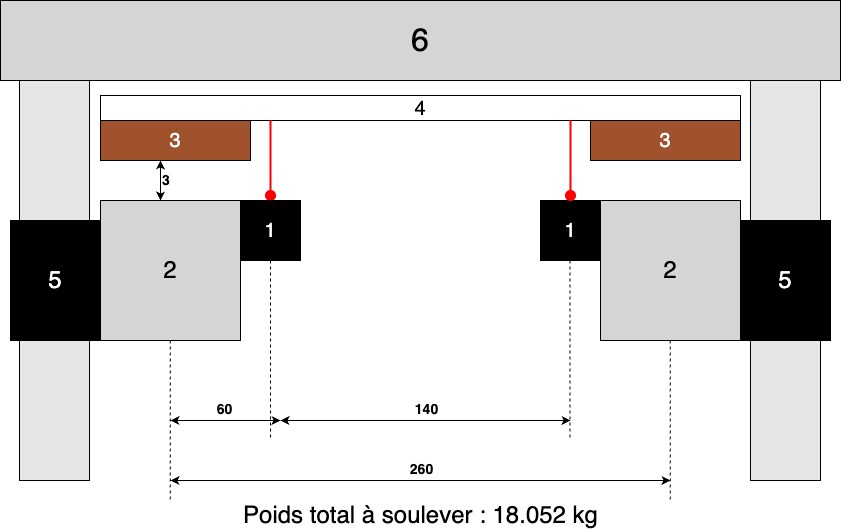
ulucinar-can/template-tb keeps this draw.io diagram as assets/Chap2/MaquetteTaille.png. Above is the earlier version. Source tidied: cells renumbered, new cells last; positions are measured from the earlier drawing's top-left corner, leaving out a move shared by most shapes. Its diagram source:
```xml
<mxGraphModel>
  <root>
    <mxCell id="0" />
    <mxCell id="1" parent="0" />
    <mxCell id="2" value="&lt;font style=&quot;font-size: 32px;&quot;&gt;6&lt;/font&gt;" style="rounded=0;whiteSpace=wrap;html=1;fillColor=#D5D5D5;strokeColor=#000000;" parent="1" vertex="1">
      <mxGeometry width="840" height="80" as="geometry" />
    </mxCell>
    <mxCell id="3" style="rounded=0;whiteSpace=wrap;html=1;fillColor=#E6E6E6;strokeColor=#000000;" parent="1" vertex="1">
      <mxGeometry x="19" y="80" width="70" height="400" as="geometry" />
    </mxCell>
    <mxCell id="4" style="rounded=0;whiteSpace=wrap;html=1;fillColor=#E6E6E6;strokeColor=#000000;" parent="1" vertex="1">
      <mxGeometry x="750" y="80" width="70" height="400" as="geometry" />
    </mxCell>
    <mxCell id="5" value="5" style="rounded=0;whiteSpace=wrap;html=1;fillColor=#000000;fontColor=#FFFFFF;fontSize=24;" parent="1" vertex="1">
      <mxGeometry x="10" y="220" width="90" height="120" as="geometry" />
    </mxCell>
    <mxCell id="6" value="&lt;font&gt;5&lt;/font&gt;" style="rounded=0;whiteSpace=wrap;html=1;fillColor=#000000;fontColor=#FFFFFF;fontSize=24;" parent="1" vertex="1">
      <mxGeometry x="740" y="220" width="90" height="120" as="geometry" />
    </mxCell>
    <mxCell id="7" value="2" style="rounded=0;whiteSpace=wrap;html=1;fillColor=#D5D5D5;strokeColor=#000000;fontSize=24;" parent="1" vertex="1">
      <mxGeometry x="100" y="200" width="140" height="140" as="geometry" />
    </mxCell>
    <mxCell id="8" value="&lt;font style=&quot;font-size: 24px;&quot;&gt;2&lt;/font&gt;" style="rounded=0;whiteSpace=wrap;html=1;fillColor=#D5D5D5;strokeColor=#000000;" parent="1" vertex="1">
      <mxGeometry x="600" y="200" width="140" height="140" as="geometry" />
    </mxCell>
    <mxCell id="9" value="4" style="rounded=0;whiteSpace=wrap;html=1;fillColor=#FFFFFF;strokeColor=#000000;fontSize=20;" parent="1" vertex="1">
      <mxGeometry x="100" y="95" width="640" height="25" as="geometry" />
    </mxCell>
    <mxCell id="10" value="3" style="rounded=0;whiteSpace=wrap;html=1;fillColor=#A0522D;fontColor=#FFFFFF;strokeColor=#000000;fontSize=20;" parent="1" vertex="1">
      <mxGeometry x="100" y="120" width="150" height="40" as="geometry" />
    </mxCell>
    <mxCell id="11" value="3" style="rounded=0;whiteSpace=wrap;html=1;fillColor=#A0522D;strokeColor=#000000;fontSize=20;fontColor=#FFFFFF;" parent="1" vertex="1">
      <mxGeometry x="590" y="120" width="150" height="40" as="geometry" />
    </mxCell>
    <mxCell id="12" value="&lt;b&gt;3&lt;/b&gt;" style="endArrow=classic;startArrow=classic;html=1;strokeColor=#000000;labelBackgroundColor=none;verticalAlign=middle;labelPosition=right;align=left;fontSize=14;" parent="1" edge="1">
      <mxGeometry relative="1" as="geometry">
        <mxPoint x="160" y="160" as="sourcePoint" />
        <mxPoint x="160" y="200" as="targetPoint" />
      </mxGeometry>
    </mxCell>
    <mxCell id="13" value="&lt;b&gt;60&lt;/b&gt;" style="endArrow=classic;startArrow=classic;html=1;strokeColor=#000000;labelBackgroundColor=none;verticalAlign=bottom;fontSize=14;" parent="1" edge="1">
      <mxGeometry relative="1" as="geometry">
        <mxPoint x="170" y="420" as="sourcePoint" />
        <mxPoint x="280" y="420" as="targetPoint" />
      </mxGeometry>
    </mxCell>
    <mxCell id="14" style="endArrow=none;dashed=1;html=1;strokeColor=#000000;" parent="1" edge="1">
      <mxGeometry relative="1" as="geometry">
        <mxPoint x="270" y="260" as="sourcePoint" />
        <mxPoint x="270" y="440" as="targetPoint" />
      </mxGeometry>
    </mxCell>
    <mxCell id="15" style="endArrow=none;dashed=1;html=1;strokeColor=#000000;" parent="1" edge="1">
      <mxGeometry relative="1" as="geometry">
        <mxPoint x="569.6" y="260" as="sourcePoint" />
        <mxPoint x="569.6" y="440" as="targetPoint" />
      </mxGeometry>
    </mxCell>
    <mxCell id="16" value="&lt;b&gt;140&lt;/b&gt;" style="endArrow=classic;startArrow=classic;html=1;strokeColor=#000000;labelBackgroundColor=none;verticalAlign=bottom;fontSize=14;" parent="1" edge="1">
      <mxGeometry relative="1" as="geometry">
        <mxPoint x="280" y="420" as="sourcePoint" />
        <mxPoint x="570" y="420" as="targetPoint" />
      </mxGeometry>
    </mxCell>
    <mxCell id="17" style="endArrow=none;dashed=1;html=1;strokeColor=#000000;" parent="1" edge="1">
      <mxGeometry relative="1" as="geometry">
        <mxPoint x="169.7" y="340" as="sourcePoint" />
        <mxPoint x="169.7" y="500" as="targetPoint" />
      </mxGeometry>
    </mxCell>
    <mxCell id="18" style="endArrow=none;dashed=1;html=1;strokeColor=#000000;" parent="1" edge="1">
      <mxGeometry relative="1" as="geometry">
        <mxPoint x="669.7" y="340" as="sourcePoint" />
        <mxPoint x="669.7" y="500" as="targetPoint" />
      </mxGeometry>
    </mxCell>
    <mxCell id="19" value="&lt;b&gt;260&lt;/b&gt;" style="endArrow=classic;startArrow=classic;html=1;strokeColor=#000000;labelBackgroundColor=none;verticalAlign=bottom;fontSize=14;" parent="1" edge="1">
      <mxGeometry relative="1" as="geometry">
        <mxPoint x="170" y="480" as="sourcePoint" />
        <mxPoint x="670" y="480" as="targetPoint" />
      </mxGeometry>
    </mxCell>
    <mxCell id="20" value="Poids total à soulever : 18.052 kg" style="text;html=1;whiteSpace=wrap;strokeColor=none;fillColor=none;align=center;verticalAlign=middle;rounded=0;fontSize=24;" parent="1" vertex="1">
      <mxGeometry x="237.5" y="500" width="365" height="30" as="geometry" />
    </mxCell>
    <mxCell id="21" style="group;" parent="1" vertex="1">
      <mxGeometry x="240" y="120" width="60" height="140" as="geometry" />
    </mxCell>
    <mxCell id="22" style="ellipse;whiteSpace=wrap;html=1;fillColor=#FF0000;strokeColor=#FF0000;" parent="21" vertex="1">
      <mxGeometry x="25" y="70" width="10" height="10" as="geometry" />
    </mxCell>
    <mxCell id="23" style="group;" parent="21" vertex="1">
      <mxGeometry width="60" height="140" as="geometry" />
    </mxCell>
    <mxCell id="24" value="1" style="rounded=0;whiteSpace=wrap;html=1;fillColor=#000000;fontColor=#FFFFFF;fontSize=20;" parent="23" vertex="1">
      <mxGeometry y="80" width="60" height="60" as="geometry" />
    </mxCell>
    <mxCell id="25" style="endArrow=none;html=1;strokeColor=#FF0000;strokeWidth=2;" parent="23" edge="1">
      <mxGeometry relative="1" as="geometry">
        <mxPoint x="30" as="sourcePoint" />
        <mxPoint x="30" y="70" as="targetPoint" />
      </mxGeometry>
    </mxCell>
    <mxCell id="26" style="group;" parent="1" vertex="1">
      <mxGeometry x="540" y="120" width="60" height="140" as="geometry" />
    </mxCell>
    <mxCell id="27" value="1" style="rounded=0;whiteSpace=wrap;html=1;fillColor=#000000;fontColor=#FFFFFF;fontSize=20;" parent="26" vertex="1">
      <mxGeometry y="80" width="60" height="60" as="geometry" />
    </mxCell>
    <mxCell id="28" style="endArrow=none;html=1;strokeColor=#FF0000;strokeWidth=2;" parent="26" edge="1">
      <mxGeometry relative="1" as="geometry">
        <mxPoint x="30" as="sourcePoint" />
        <mxPoint x="30" y="70" as="targetPoint" />
      </mxGeometry>
    </mxCell>
    <mxCell id="29" style="ellipse;whiteSpace=wrap;html=1;fillColor=#FF0000;strokeColor=#FF0000;" parent="26" vertex="1">
      <mxGeometry x="25" y="70" width="10" height="10" as="geometry" />
    </mxCell>
  </root>
</mxGraphModel>
```
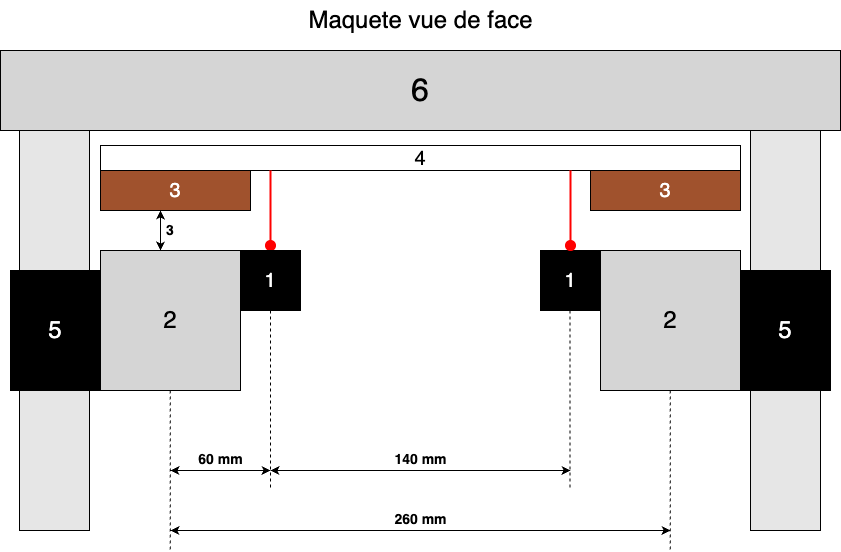
After the commit.

Commit message:
Ajout d'une photo de la mesure du poids

Diff of the diagram source:
```diff
@@ -14,7 +14,7 @@
     <mxCell id="5" value="5" style="rounded=0;whiteSpace=wrap;html=1;fillColor=#000000;fontColor=#FFFFFF;fontSize=24;" parent="1" vertex="1">
       <mxGeometry x="10" y="220" width="90" height="120" as="geometry" />
     </mxCell>
-    <mxCell id="6" value="&lt;font&gt;5&lt;/font&gt;" style="rounded=0;whiteSpace=wrap;html=1;fillColor=#000000;fontColor=#FFFFFF;fontSize=24;" parent="1" vertex="1">
+    <mxCell id="6" value="&lt;font style=&quot;color: rgb(255, 255, 255);&quot;&gt;5&lt;/font&gt;" style="rounded=0;whiteSpace=wrap;html=1;fillColor=#000000;fontColor=#FFFFFF;fontSize=24;" parent="1" vertex="1">
       <mxGeometry x="740" y="220" width="90" height="120" as="geometry" />
     </mxCell>
     <mxCell id="7" value="2" style="rounded=0;whiteSpace=wrap;html=1;fillColor=#D5D5D5;strokeColor=#000000;fontSize=24;" parent="1" vertex="1">
@@ -32,16 +32,16 @@
     <mxCell id="11" value="3" style="rounded=0;whiteSpace=wrap;html=1;fillColor=#A0522D;strokeColor=#000000;fontSize=20;fontColor=#FFFFFF;" parent="1" vertex="1">
       <mxGeometry x="590" y="120" width="150" height="40" as="geometry" />
     </mxCell>
-    <mxCell id="12" value="&lt;b&gt;3&lt;/b&gt;" style="endArrow=classic;startArrow=classic;html=1;strokeColor=#000000;labelBackgroundColor=none;verticalAlign=middle;labelPosition=right;align=left;fontSize=14;" parent="1" edge="1">
+    <mxCell id="12" value="&lt;b&gt;&lt;font style=&quot;color: rgb(0, 0, 0);&quot;&gt;&amp;nbsp;3&lt;/font&gt;&lt;/b&gt;" style="endArrow=classic;startArrow=classic;html=1;strokeColor=#000000;labelBackgroundColor=none;verticalAlign=middle;labelPosition=right;align=left;fontSize=14;" parent="1" edge="1">
       <mxGeometry relative="1" as="geometry">
         <mxPoint x="160" y="160" as="sourcePoint" />
         <mxPoint x="160" y="200" as="targetPoint" />
       </mxGeometry>
     </mxCell>
-    <mxCell id="13" value="&lt;b&gt;60&lt;/b&gt;" style="endArrow=classic;startArrow=classic;html=1;strokeColor=#000000;labelBackgroundColor=none;verticalAlign=bottom;fontSize=14;" parent="1" edge="1">
+    <mxCell id="13" value="&lt;b&gt;60 mm&lt;/b&gt;" style="endArrow=classic;startArrow=classic;html=1;strokeColor=#000000;labelBackgroundColor=none;verticalAlign=bottom;fontSize=14;" parent="1" edge="1">
       <mxGeometry relative="1" as="geometry">
         <mxPoint x="170" y="420" as="sourcePoint" />
-        <mxPoint x="280" y="420" as="targetPoint" />
+        <mxPoint x="270" y="420" as="targetPoint" />
       </mxGeometry>
     </mxCell>
     <mxCell id="14" style="endArrow=none;dashed=1;html=1;strokeColor=#000000;" parent="1" edge="1">
@@ -56,9 +56,9 @@
         <mxPoint x="569.6" y="440" as="targetPoint" />
       </mxGeometry>
     </mxCell>
-    <mxCell id="16" value="&lt;b&gt;140&lt;/b&gt;" style="endArrow=classic;startArrow=classic;html=1;strokeColor=#000000;labelBackgroundColor=none;verticalAlign=bottom;fontSize=14;" parent="1" edge="1">
+    <mxCell id="16" value="&lt;b&gt;140 mm&lt;/b&gt;" style="endArrow=classic;startArrow=classic;html=1;strokeColor=#000000;labelBackgroundColor=none;verticalAlign=bottom;fontSize=14;" parent="1" edge="1">
       <mxGeometry relative="1" as="geometry">
-        <mxPoint x="280" y="420" as="sourcePoint" />
+        <mxPoint x="270" y="420" as="sourcePoint" />
         <mxPoint x="570" y="420" as="targetPoint" />
       </mxGeometry>
     </mxCell>
@@ -74,15 +74,12 @@
         <mxPoint x="669.7" y="500" as="targetPoint" />
       </mxGeometry>
     </mxCell>
-    <mxCell id="19" value="&lt;b&gt;260&lt;/b&gt;" style="endArrow=classic;startArrow=classic;html=1;strokeColor=#000000;labelBackgroundColor=none;verticalAlign=bottom;fontSize=14;" parent="1" edge="1">
+    <mxCell id="19" value="&lt;b&gt;260 mm&lt;/b&gt;" style="endArrow=classic;startArrow=classic;html=1;strokeColor=#000000;labelBackgroundColor=none;verticalAlign=bottom;fontSize=14;" parent="1" edge="1">
       <mxGeometry relative="1" as="geometry">
         <mxPoint x="170" y="480" as="sourcePoint" />
         <mxPoint x="670" y="480" as="targetPoint" />
       </mxGeometry>
     </mxCell>
-    <mxCell id="20" value="Poids total à soulever : 18.052 kg" style="text;html=1;whiteSpace=wrap;strokeColor=none;fillColor=none;align=center;verticalAlign=middle;rounded=0;fontSize=24;" parent="1" vertex="1">
-      <mxGeometry x="237.5" y="500" width="365" height="30" as="geometry" />
-    </mxCell>
     <mxCell id="21" style="group;" parent="1" vertex="1">
       <mxGeometry x="240" y="120" width="60" height="140" as="geometry" />
     </mxCell>
@@ -116,5 +113,8 @@
     <mxCell id="29" style="ellipse;whiteSpace=wrap;html=1;fillColor=#FF0000;strokeColor=#FF0000;" parent="26" vertex="1">
       <mxGeometry x="25" y="70" width="10" height="10" as="geometry" />
     </mxCell>
+    <mxCell id="30" value="&lt;font style=&quot;font-size: 24px;&quot;&gt;Maquete vue de face&lt;/font&gt;" style="text;html=1;align=center;verticalAlign=middle;strokeColor=none;fillColor=none;" parent="1" vertex="1">
+      <mxGeometry x="295" y="-50" width="250" height="40" as="geometry" />
+    </mxCell>
   </root>
 </mxGraphModel>
```
